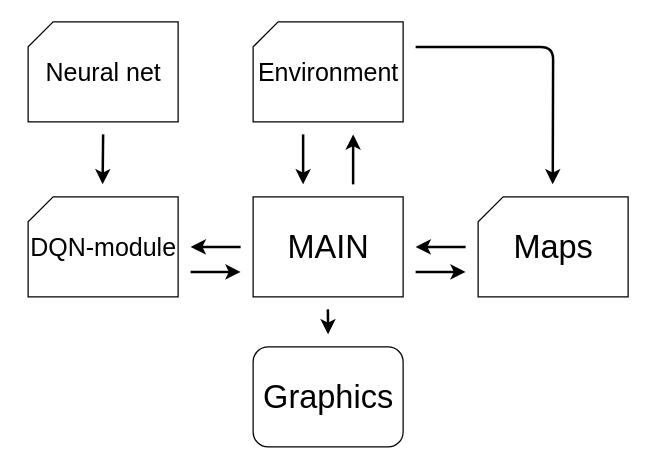
Before: program_structure.drawio in HolgerStenberg/KTH_KEX-jobb_2021, a draw.io diagram. Source tidied: cells renumbered, new cells numbered last; positions are measured from the earlier drawing's top-left corner, leaving out a move shared by most shapes. Both pictures are drawn from the tidied source at 125%, with x=0, y=0 at pixel (21, 21).
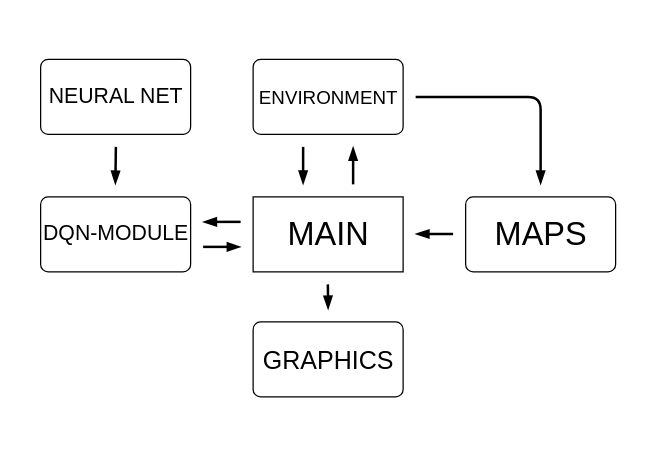
After the change.

What changed in the source:
```diff
@@
+    <mxCell id="23" style="rounded=1;whiteSpace=wrap;html=1;fontSize=20;arcSize=10;" parent="1" vertex="1">
+      <mxGeometry x="355" y="140" width="120" height="60" as="geometry" />
+    </mxCell>
+    <mxCell id="24" style="rounded=1;whiteSpace=wrap;html=1;fontSize=20;arcSize=10;" parent="1" vertex="1">
+      <mxGeometry x="185" y="30" width="120" height="60" as="geometry" />
+    </mxCell>
+    <mxCell id="25" style="rounded=1;whiteSpace=wrap;html=1;fontSize=20;arcSize=10;" parent="1" vertex="1">
+      <mxGeometry x="15" y="30" width="120" height="60" as="geometry" />
+    </mxCell>
+    <mxCell id="26" style="rounded=1;whiteSpace=wrap;html=1;fontSize=20;arcSize=10;" parent="1" vertex="1">
+      <mxGeometry x="15" y="140" width="120" height="60" as="geometry" />
+    </mxCell>
-    <mxCell id="2" style="rounded=1;whiteSpace=wrap;html=1;fontSize=20;" parent="1" vertex="1">
-      <mxGeometry x="185" y="260" width="120" height="80" as="geometry" />
+    <mxCell id="2" style="rounded=1;whiteSpace=wrap;html=1;fontSize=20;arcSize=10;" parent="1" vertex="1">
+      <mxGeometry x="185" y="240" width="120" height="60" as="geometry" />
     </mxCell>
     <mxCell id="3" style="verticalLabelPosition=bottom;verticalAlign=top;html=1;shape=card;whiteSpace=wrap;size=0;arcSize=12;" parent="1" vertex="1">
-      <mxGeometry x="185" y="140" width="120" height="80" as="geometry" />
+      <mxGeometry x="185" y="140" width="120" height="60" as="geometry" />
     </mxCell>
     <mxCell id="4" value="MAIN" style="text;html=1;align=center;verticalAlign=middle;strokeColor=none;fontSize=26;" parent="1" vertex="1">
-      <mxGeometry x="205" y="160" width="80" height="40" as="geometry" />
+      <mxGeometry x="205" y="150" width="80" height="40" as="geometry" />
     </mxCell>
-    <mxCell id="5" style="verticalLabelPosition=bottom;verticalAlign=top;html=1;shape=card;whiteSpace=wrap;size=20;arcSize=12;" parent="1" vertex="1">
-      <mxGeometry x="185" width="120" height="80" as="geometry" />
-    </mxCell>
-    <mxCell id="6" value="Environment" style="text;html=1;align=center;verticalAlign=middle;strokeColor=none;fontSize=20;" parent="1" vertex="1">
-      <mxGeometry x="180" y="25" width="130" height="30" as="geometry" />
+    <mxCell id="6" value="ENVIRONMENT" style="text;html=1;align=center;verticalAlign=middle;strokeColor=none;fontSize=15;" parent="1" vertex="1">
+      <mxGeometry x="180" y="50" width="130" height="20" as="geometry" />
     </mxCell>
-    <mxCell id="7" style="endArrow=classic;html=1;fontSize=26;strokeWidth=2;" parent="1" edge="1">
+    <mxCell id="7" style="endArrow=blockThin;html=1;fontSize=26;strokeWidth=2;endFill=1;" parent="1" edge="1">
       <mxGeometry relative="1" as="geometry">
         <mxPoint x="265" y="130" as="sourcePoint" />
-        <mxPoint x="265" y="90" as="targetPoint" />
+        <mxPoint x="265" y="100" as="targetPoint" />
       </mxGeometry>
     </mxCell>
-    <mxCell id="8" style="endArrow=classic;html=1;fontSize=26;strokeWidth=2;" parent="1" edge="1">
+    <mxCell id="8" style="endArrow=blockThin;html=1;fontSize=26;strokeWidth=2;endFill=1;" parent="1" edge="1">
       <mxGeometry relative="1" as="geometry">
-        <mxPoint x="225" y="90" as="sourcePoint" />
+        <mxPoint x="225" y="100" as="sourcePoint" />
         <mxPoint x="225" y="130" as="targetPoint" />
       </mxGeometry>
     </mxCell>
-    <mxCell id="9" style="verticalLabelPosition=bottom;verticalAlign=top;html=1;shape=card;whiteSpace=wrap;size=20;arcSize=12;" parent="1" vertex="1">
-      <mxGeometry x="5" y="140" width="120" height="80" as="geometry" />
-    </mxCell>
-    <mxCell id="10" style="endArrow=classic;html=1;fontSize=26;strokeWidth=2;" parent="1" edge="1">
+    <mxCell id="10" style="endArrow=blockThin;html=1;fontSize=26;strokeWidth=2;endFill=1;" parent="1" edge="1">
       <mxGeometry relative="1" as="geometry">
-        <mxPoint x="175" y="180" as="sourcePoint" />
-        <mxPoint x="135" y="180" as="targetPoint" />
+        <mxPoint x="175" y="160" as="sourcePoint" />
+        <mxPoint x="145" y="160" as="targetPoint" />
       </mxGeometry>
     </mxCell>
-    <mxCell id="11" style="endArrow=classic;html=1;fontSize=26;strokeWidth=2;" parent="1" edge="1">
+    <mxCell id="11" style="endArrow=blockThin;html=1;fontSize=26;strokeWidth=2;endFill=1;" parent="1" edge="1">
       <mxGeometry relative="1" as="geometry">
-        <mxPoint x="135" y="200" as="sourcePoint" />
-        <mxPoint x="175" y="200" as="targetPoint" />
+        <mxPoint x="145" y="180" as="sourcePoint" />
+        <mxPoint x="175" y="180" as="targetPoint" />
       </mxGeometry>
     </mxCell>
-    <mxCell id="12" value="DQN-module" style="text;html=1;align=center;verticalAlign=middle;strokeColor=none;fontSize=20;" parent="1" vertex="1">
-      <mxGeometry y="165" width="130" height="30" as="geometry" />
+    <mxCell id="12" value="DQN-MODULE" style="text;html=1;align=center;verticalAlign=middle;strokeColor=none;fontSize=17;" parent="1" vertex="1">
+      <mxGeometry x="10" y="155" width="130" height="30" as="geometry" />
     </mxCell>
-    <mxCell id="13" style="verticalLabelPosition=bottom;verticalAlign=top;html=1;shape=card;whiteSpace=wrap;size=20;arcSize=12;" parent="1" vertex="1">
-      <mxGeometry x="5" width="120" height="80" as="geometry" />
-    </mxCell>
-    <mxCell id="14" style="endArrow=classic;html=1;fontSize=26;strokeWidth=2;" parent="1" edge="1">
+    <mxCell id="14" style="endArrow=blockThin;html=1;fontSize=26;strokeWidth=2;endFill=1;" parent="1" edge="1">
       <mxGeometry relative="1" as="geometry">
-        <mxPoint x="65" y="90" as="sourcePoint" />
-        <mxPoint x="64.6" y="130" as="targetPoint" />
+        <mxPoint x="75.2" y="100" as="sourcePoint" />
+        <mxPoint x="74.8" y="130" as="targetPoint" />
       </mxGeometry>
     </mxCell>
-    <mxCell id="15" value="Neural net" style="text;html=1;align=center;verticalAlign=middle;strokeColor=none;fontSize=20;" parent="1" vertex="1">
-      <mxGeometry x="10" y="25" width="110" height="30" as="geometry" />
+    <mxCell id="15" value="NEURAL NET" style="text;html=1;align=center;verticalAlign=middle;strokeColor=none;fontSize=17;" parent="1" vertex="1">
+      <mxGeometry x="15" y="45" width="120" height="30" as="geometry" />
     </mxCell>
-    <mxCell id="16" style="verticalLabelPosition=bottom;verticalAlign=top;html=1;shape=card;whiteSpace=wrap;size=20;arcSize=12;" parent="1" vertex="1">
-      <mxGeometry x="365" y="140" width="120" height="80" as="geometry" />
-    </mxCell>
-    <mxCell id="17" value="Maps" style="text;html=1;align=center;verticalAlign=middle;strokeColor=none;fontSize=26;" parent="1" vertex="1">
-      <mxGeometry x="385" y="160" width="80" height="40" as="geometry" />
+    <mxCell id="17" value="MAPS" style="text;html=1;align=center;verticalAlign=middle;strokeColor=none;fontSize=26;" parent="1" vertex="1">
+      <mxGeometry x="370" y="150" width="90" height="40" as="geometry" />
     </mxCell>
-    <mxCell id="18" style="endArrow=classic;html=1;fontSize=26;strokeWidth=2;" parent="1" edge="1">
+    <mxCell id="18" style="endArrow=blockThin;html=1;fontSize=26;strokeWidth=2;endFill=1;jumpSize=6;" parent="1" edge="1">
       <mxGeometry relative="1" as="geometry">
-        <mxPoint x="315" y="20" as="sourcePoint" />
-        <mxPoint x="424.7" y="130" as="targetPoint" />
+        <mxPoint x="315" y="60" as="sourcePoint" />
+        <mxPoint x="415" y="130" as="targetPoint" />
         <Array as="points">
-          <mxPoint x="425" y="20" />
+          <mxPoint x="415" y="60" />
         </Array>
       </mxGeometry>
     </mxCell>
-    <mxCell id="19" value="Graphics" style="text;html=1;align=center;verticalAlign=middle;strokeColor=none;fontSize=26;" parent="1" vertex="1">
-      <mxGeometry x="185" y="280" width="120" height="40" as="geometry" />
+    <mxCell id="19" value="GRAPHICS" style="text;html=1;align=center;verticalAlign=middle;strokeColor=none;fontSize=20;" parent="1" vertex="1">
+      <mxGeometry x="185" y="255" width="120" height="30" as="geometry" />
     </mxCell>
-    <mxCell id="20" style="endArrow=classic;html=1;fontSize=26;strokeWidth=2;" parent="1" edge="1">
+    <mxCell id="20" style="endArrow=blockThin;html=1;fontSize=26;strokeWidth=2;endFill=1;" parent="1" edge="1">
       <mxGeometry relative="1" as="geometry">
-        <mxPoint x="244.8" y="230" as="sourcePoint" />
-        <mxPoint x="245" y="250" as="targetPoint" />
+        <mxPoint x="244.8" y="210" as="sourcePoint" />
+        <mxPoint x="245" y="230" as="targetPoint" />
       </mxGeometry>
     </mxCell>
-    <mxCell id="21" style="endArrow=classic;html=1;fontSize=26;strokeWidth=2;" parent="1" edge="1">
+    <mxCell id="21" style="endArrow=blockThin;html=1;fontSize=26;strokeWidth=2;endFill=1;" parent="1" edge="1">
       <mxGeometry relative="1" as="geometry">
-        <mxPoint x="355" y="180" as="sourcePoint" />
-        <mxPoint x="315" y="180" as="targetPoint" />
+        <mxPoint x="345" y="169.7" as="sourcePoint" />
+        <mxPoint x="315" y="169.7" as="targetPoint" />
       </mxGeometry>
     </mxCell>
-    <mxCell id="22" style="endArrow=classic;html=1;fontSize=26;strokeWidth=2;" parent="1" edge="1">
-      <mxGeometry relative="1" as="geometry">
-        <mxPoint x="315" y="200" as="sourcePoint" />
-        <mxPoint x="355" y="200" as="targetPoint" />
-      </mxGeometry>
-    </mxCell>
```
